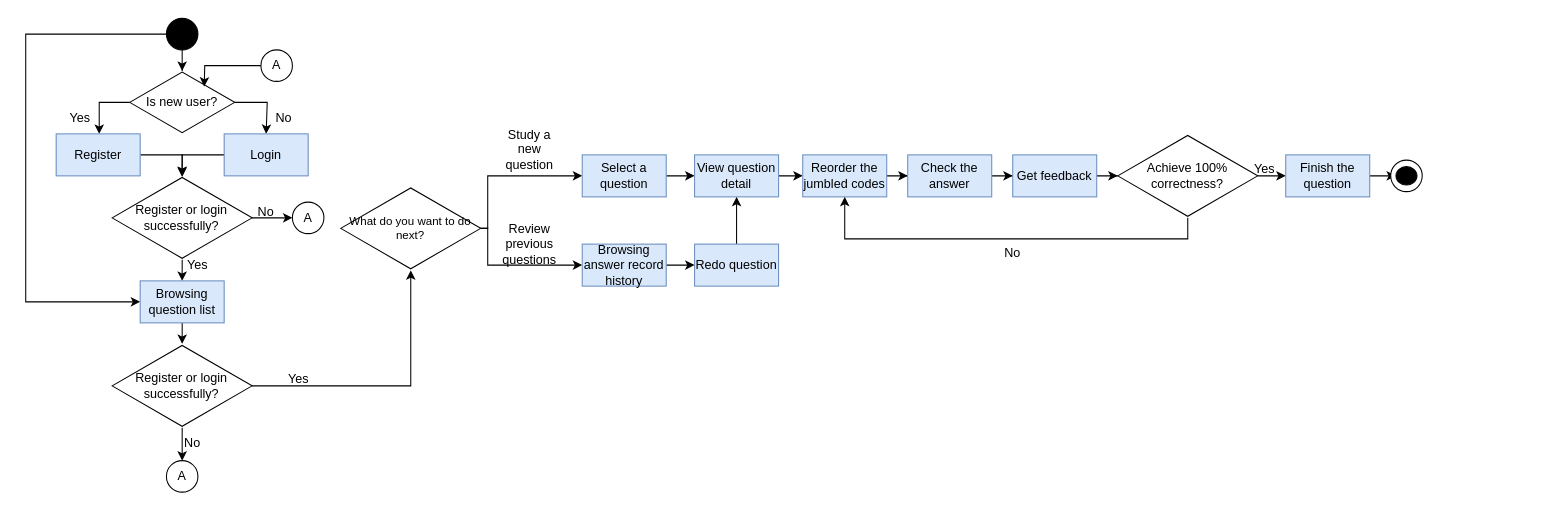
YajingLiu2357/Parsons-problem-generator-solver keeps this draw.io diagram as page "Page-2" (2 of 2) of document/student_activity_diagram_1.drawio. Above is the earlier version. Source tidied: cells renumbered, new cells numbered last; positions are measured from the earlier drawing's top-left corner, leaving out a move shared by most shapes. Both pictures are drawn from the tidied source at 105%, with x=0, y=0 at pixel (25, 18).
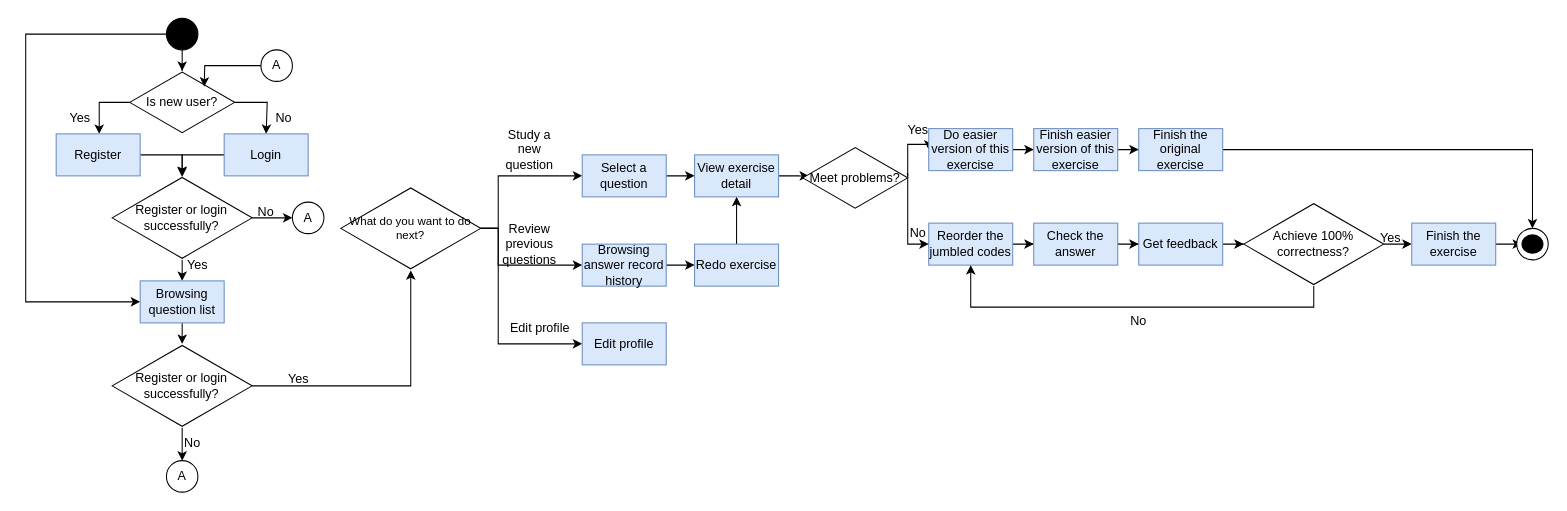
The same page after the edit.

Unchanged cells that the change refers to:
```xml
<mxCell id="31" value="What do you want to do next?" style="html=1;whiteSpace=wrap;shape=isoRectangle;fillColor=#FFFFFF;fontSize=11;" parent="1" vertex="1">
  <mxGeometry x="300" y="160" width="133.3" height="80" as="geometry" />
</mxCell>
<mxCell id="33" value="Select a question" style="rounded=0;whiteSpace=wrap;html=1;fillColor=#dae8fc;strokeColor=#6c8ebf;" parent="1" vertex="1">
  <mxGeometry x="530" y="130" width="80" height="40" as="geometry" />
</mxCell>
<mxCell id="35" value="Browsing answer record history" style="rounded=0;whiteSpace=wrap;html=1;fillColor=#dae8fc;strokeColor=#6c8ebf;" parent="1" vertex="1">
  <mxGeometry x="530" y="215" width="80" height="40" as="geometry" />
</mxCell>
```

The edit, as a diff of the source:
```diff
@@
     <mxCell id="29" style="edgeStyle=orthogonalEdgeStyle;rounded=0;jettySize=auto;html=1;entryX=0;entryY=0.5;entryDx=0;entryDy=0;fontSize=11;" parent="1" edge="1" source="31" target="33">
       <mxGeometry relative="1" as="geometry">
         <Array as="points">
-          <mxPoint x="440" y="200" />
-          <mxPoint x="440" y="150" />
+          <mxPoint x="450" y="200" />
+          <mxPoint x="450" y="150" />
         </Array>
       </mxGeometry>
     </mxCell>
     <mxCell id="30" style="edgeStyle=orthogonalEdgeStyle;rounded=0;jettySize=auto;html=1;entryX=0;entryY=0.5;entryDx=0;entryDy=0;fontSize=11;" parent="1" edge="1" source="31" target="35">
       <mxGeometry relative="1" as="geometry">
         <Array as="points">
-          <mxPoint x="440" y="200" />
-          <mxPoint x="440" y="235" />
+          <mxPoint x="450" y="200" />
+          <mxPoint x="450" y="235" />
         </Array>
       </mxGeometry>
     </mxCell>
+    <mxCell id="58" style="edgeStyle=orthogonalEdgeStyle;rounded=0;jettySize=auto;html=1;entryX=0;entryY=0.5;entryDx=0;entryDy=0;" parent="1" edge="1" source="31" target="71">
+      <mxGeometry relative="1" as="geometry">
+        <Array as="points">
+          <mxPoint x="450" y="200" />
+          <mxPoint x="450" y="310" />
+        </Array>
+      </mxGeometry>
+    </mxCell>
@@
-    <mxCell id="38" style="edgeStyle=orthogonalEdgeStyle;rounded=0;jettySize=auto;html=1;fontSize=11;" parent="1" edge="1" source="39" target="43">
-      <mxGeometry relative="1" as="geometry" />
-    </mxCell>
+    <mxCell id="59" style="edgeStyle=orthogonalEdgeStyle;rounded=0;jettySize=auto;html=1;entryX=0.06;entryY=0.469;entryDx=0;entryDy=0;entryPerimeter=0;" parent="1" edge="1" source="39" target="62">
+      <mxGeometry relative="1" as="geometry" />
+    </mxCell>
-    <mxCell id="39" value="View question detail" style="rounded=0;whiteSpace=wrap;html=1;fillColor=#dae8fc;strokeColor=#6c8ebf;" parent="1" vertex="1">
+    <mxCell id="39" value="View exercise detail" style="rounded=0;whiteSpace=wrap;html=1;fillColor=#dae8fc;strokeColor=#6c8ebf;" parent="1" vertex="1">
       <mxGeometry x="637" y="130" width="80" height="40" as="geometry" />
     </mxCell>
@@
-    <mxCell id="41" value="Redo question" style="rounded=0;whiteSpace=wrap;html=1;fillColor=#dae8fc;strokeColor=#6c8ebf;" parent="1" vertex="1">
+    <mxCell id="41" value="Redo exercise" style="rounded=0;whiteSpace=wrap;html=1;fillColor=#dae8fc;strokeColor=#6c8ebf;" parent="1" vertex="1">
       <mxGeometry x="637" y="215" width="80" height="40" as="geometry" />
     </mxCell>
@@
     <mxCell id="43" value="Reorder the jumbled codes" style="rounded=0;whiteSpace=wrap;html=1;fillColor=#dae8fc;strokeColor=#6c8ebf;" parent="1" vertex="1">
-      <mxGeometry x="740" y="130" width="80" height="40" as="geometry" />
+      <mxGeometry x="860" y="195" width="80" height="40" as="geometry" />
     </mxCell>
@@
     <mxCell id="45" value="Check the answer" style="rounded=0;whiteSpace=wrap;html=1;fillColor=#dae8fc;strokeColor=#6c8ebf;" parent="1" vertex="1">
-      <mxGeometry x="840" y="130" width="80" height="40" as="geometry" />
+      <mxGeometry x="960" y="195" width="80" height="40" as="geometry" />
     </mxCell>
@@
     <mxCell id="47" value="Get feedback" style="rounded=0;whiteSpace=wrap;html=1;fillColor=#dae8fc;strokeColor=#6c8ebf;" parent="1" vertex="1">
-      <mxGeometry x="940" y="130" width="80" height="40" as="geometry" />
+      <mxGeometry x="1060" y="195" width="80" height="40" as="geometry" />
     </mxCell>
@@
     <mxCell id="49" style="edgeStyle=orthogonalEdgeStyle;rounded=0;jettySize=auto;html=1;fontSize=11;" parent="1" edge="1" source="50" target="43">
       <mxGeometry relative="1" as="geometry">
         <Array as="points">
-          <mxPoint x="1107" y="210" />
-          <mxPoint x="780" y="210" />
+          <mxPoint x="1227" y="275" />
+          <mxPoint x="900" y="275" />
         </Array>
       </mxGeometry>
     </mxCell>
     <mxCell id="50" value="Achieve 100% correctness?" style="html=1;whiteSpace=wrap;shape=isoRectangle;fillColor=#FFFFFF;" parent="1" vertex="1">
-      <mxGeometry x="1040" y="110" width="133.3" height="80" as="geometry" />
+      <mxGeometry x="1160" y="175" width="133.3" height="80" as="geometry" />
     </mxCell>
@@
-    <mxCell id="52" value="Finish the question" style="rounded=0;whiteSpace=wrap;html=1;fillColor=#dae8fc;strokeColor=#6c8ebf;" parent="1" vertex="1">
-      <mxGeometry x="1200" y="130" width="80" height="40" as="geometry" />
+    <mxCell id="52" value="Finish the exercise" style="rounded=0;whiteSpace=wrap;html=1;fillColor=#dae8fc;strokeColor=#6c8ebf;" parent="1" vertex="1">
+      <mxGeometry x="1320" y="195" width="80" height="40" as="geometry" />
     </mxCell>
     <mxCell id="53" value="Yes" style="text;html=1;strokeColor=none;fillColor=none;align=center;verticalAlign=middle;whiteSpace=wrap;rounded=0;" parent="1" vertex="1">
-      <mxGeometry x="1150" y="128.8" width="60" height="30" as="geometry" />
+      <mxGeometry x="1270" y="193.8" width="60" height="30" as="geometry" />
     </mxCell>
     <mxCell id="54" value="No" style="text;html=1;strokeColor=none;fillColor=none;align=center;verticalAlign=middle;whiteSpace=wrap;rounded=0;" parent="1" vertex="1">
-      <mxGeometry x="910" y="208.8" width="60" height="30" as="geometry" />
+      <mxGeometry x="1030" y="273.8" width="60" height="30" as="geometry" />
     </mxCell>
     <mxCell id="55" style="ellipse;whiteSpace=wrap;html=1;fontSize=11;fillColor=#FFFFFF;" parent="1" vertex="1">
-      <mxGeometry x="1300" y="135" width="30" height="30" as="geometry" />
+      <mxGeometry x="1420" y="200" width="30" height="30" as="geometry" />
     </mxCell>
     <mxCell id="56" style="ellipse;whiteSpace=wrap;html=1;fillColor=#000000;" parent="1" vertex="1">
-      <mxGeometry x="1305" y="141.2" width="20" height="17.5" as="geometry" />
+      <mxGeometry x="1425" y="206.2" width="20" height="17.5" as="geometry" />
     </mxCell>
@@
+    <mxCell id="60" style="edgeStyle=orthogonalEdgeStyle;rounded=0;jettySize=auto;html=1;entryX=0;entryY=0.5;entryDx=0;entryDy=0;exitX=0.99;exitY=0.435;exitDx=0;exitDy=0;exitPerimeter=0;" parent="1" edge="1" source="62" target="43">
+      <mxGeometry relative="1" as="geometry">
+        <Array as="points">
+          <mxPoint x="840" y="148" />
+          <mxPoint x="840" y="215" />
+        </Array>
+      </mxGeometry>
+    </mxCell>
+    <mxCell id="61" style="edgeStyle=orthogonalEdgeStyle;rounded=0;jettySize=auto;html=1;entryX=0;entryY=0.5;entryDx=0;entryDy=0;exitX=1;exitY=0.469;exitDx=0;exitDy=0;exitPerimeter=0;" parent="1" edge="1" source="62" target="65">
+      <mxGeometry relative="1" as="geometry">
+        <Array as="points">
+          <mxPoint x="840" y="120" />
+        </Array>
+      </mxGeometry>
+    </mxCell>
+    <mxCell id="62" value="Meet problems?" style="html=1;whiteSpace=wrap;shape=isoRectangle;fillColor=#FFFFFF;" parent="1" vertex="1">
+      <mxGeometry x="740" y="121.9" width="100" height="60" as="geometry" />
+    </mxCell>
+    <mxCell id="63" value="No" style="text;html=1;strokeColor=none;fillColor=none;align=center;verticalAlign=middle;whiteSpace=wrap;rounded=0;" parent="1" vertex="1">
+      <mxGeometry x="820" y="190" width="60" height="30" as="geometry" />
+    </mxCell>
+    <mxCell id="64" style="edgeStyle=orthogonalEdgeStyle;rounded=0;jettySize=auto;html=1;" parent="1" edge="1" source="65" target="68">
+      <mxGeometry relative="1" as="geometry" />
+    </mxCell>
+    <mxCell id="65" value="Do easier version of this exercise" style="rounded=0;whiteSpace=wrap;html=1;fillColor=#dae8fc;strokeColor=#6c8ebf;" parent="1" vertex="1">
+      <mxGeometry x="860" y="105" width="80" height="40" as="geometry" />
+    </mxCell>
+    <mxCell id="66" value="Yes" style="text;html=1;strokeColor=none;fillColor=none;align=center;verticalAlign=middle;whiteSpace=wrap;rounded=0;" parent="1" vertex="1">
+      <mxGeometry x="820" y="91.9" width="60" height="30" as="geometry" />
+    </mxCell>
+    <mxCell id="67" style="edgeStyle=orthogonalEdgeStyle;rounded=0;jettySize=auto;html=1;" parent="1" edge="1" source="68" target="70">
+      <mxGeometry relative="1" as="geometry" />
+    </mxCell>
+    <mxCell id="68" value="Finish easier version of this exercise" style="rounded=0;whiteSpace=wrap;html=1;fillColor=#dae8fc;strokeColor=#6c8ebf;" parent="1" vertex="1">
+      <mxGeometry x="960" y="105" width="80" height="40" as="geometry" />
+    </mxCell>
+    <mxCell id="69" style="edgeStyle=orthogonalEdgeStyle;rounded=0;jettySize=auto;html=1;entryX=0.5;entryY=0;entryDx=0;entryDy=0;" parent="1" edge="1" source="70" target="55">
+      <mxGeometry relative="1" as="geometry" />
+    </mxCell>
+    <mxCell id="70" value="Finish the original exercise" style="rounded=0;whiteSpace=wrap;html=1;fillColor=#dae8fc;strokeColor=#6c8ebf;" parent="1" vertex="1">
+      <mxGeometry x="1060" y="105" width="80" height="40" as="geometry" />
+    </mxCell>
+    <mxCell id="71" value="Edit profile" style="rounded=0;whiteSpace=wrap;html=1;fillColor=#dae8fc;strokeColor=#6c8ebf;" parent="1" vertex="1">
+      <mxGeometry x="530" y="290" width="80" height="40" as="geometry" />
+    </mxCell>
+    <mxCell id="72" value="Edit profile" style="text;html=1;strokeColor=none;fillColor=none;align=center;verticalAlign=middle;whiteSpace=wrap;rounded=0;" parent="1" vertex="1">
+      <mxGeometry x="460" y="280" width="60" height="30" as="geometry" />
+    </mxCell>
```
